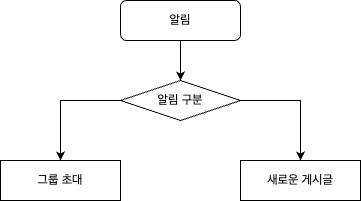
Above: flowchart/notification_FC.png in oka3ri/we-check-money (draw.io), before the change. Source tidied: cells renumbered, new cells last; positions are measured from the earlier drawing's top-left corner, leaving out a move shared by most shapes.
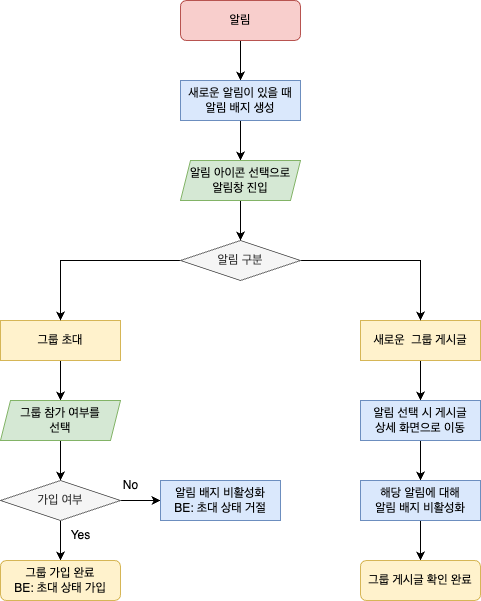
Above is the later version.

Commit message:
modify notification flow chart

The edit, as a diff of the source:
```diff
@@ -2,17 +2,23 @@
   <root>
     <mxCell id="0" />
     <mxCell id="1" parent="0" />
-    <mxCell id="2" style="edgeStyle=orthogonalEdgeStyle;rounded=0;jettySize=auto;html=1;exitX=0.5;exitY=1;exitDx=0;exitDy=0;entryX=0.5;entryY=0;entryDx=0;entryDy=0;" parent="1" edge="1" source="3" target="8">
-      <mxGeometry relative="1" as="geometry" />
-    </mxCell>
+    <mxCell id="9" style="edgeStyle=orthogonalEdgeStyle;rounded=0;jettySize=auto;html=1;" parent="1" edge="1" source="3" target="13">
+      <mxGeometry relative="1" as="geometry" />
+    </mxCell>
-    <mxCell id="3" value="알림" style="rounded=1;whiteSpace=wrap;html=1;fontSize=12;glass=0;strokeWidth=1;shadow=0;" parent="1" vertex="1">
-      <mxGeometry x="120" width="120" height="40" as="geometry" />
+    <mxCell id="3" value="알림" style="rounded=1;whiteSpace=wrap;html=1;fontSize=12;glass=0;strokeWidth=1;shadow=0;fillColor=#f8cecc;strokeColor=#b85450;" parent="1" vertex="1">
+      <mxGeometry x="180" width="120" height="40" as="geometry" />
     </mxCell>
+    <mxCell id="10" style="edgeStyle=orthogonalEdgeStyle;rounded=0;jettySize=auto;html=1;" parent="1" edge="1" source="4" target="17">
+      <mxGeometry relative="1" as="geometry" />
+    </mxCell>
-    <mxCell id="4" value="그룹 초대" style="rounded=0;whiteSpace=wrap;html=1;" parent="1" vertex="1">
-      <mxGeometry y="160" width="120" height="40" as="geometry" />
+    <mxCell id="4" value="그룹 초대" style="rounded=0;whiteSpace=wrap;html=1;fillColor=#fff2cc;strokeColor=#d6b656;" parent="1" vertex="1">
+      <mxGeometry y="320" width="120" height="40" as="geometry" />
     </mxCell>
+    <mxCell id="11" style="edgeStyle=orthogonalEdgeStyle;rounded=0;jettySize=auto;html=1;" parent="1" edge="1" source="5" target="26">
+      <mxGeometry relative="1" as="geometry" />
+    </mxCell>
-    <mxCell id="5" value="새로운 게시글" style="rounded=0;whiteSpace=wrap;html=1;" parent="1" vertex="1">
-      <mxGeometry x="240" y="160" width="120" height="40" as="geometry" />
+    <mxCell id="5" value="새로운&amp;nbsp; 그룹 게시글" style="rounded=0;whiteSpace=wrap;html=1;fillColor=#fff2cc;strokeColor=#d6b656;" parent="1" vertex="1">
+      <mxGeometry x="360" y="320" width="120" height="40" as="geometry" />
     </mxCell>
     <mxCell id="6" style="edgeStyle=orthogonalEdgeStyle;rounded=0;jettySize=auto;html=1;exitX=0;exitY=0.5;exitDx=0;exitDy=0;entryX=0.5;entryY=0;entryDx=0;entryDy=0;" parent="1" edge="1" source="8" target="4">
       <mxGeometry relative="1" as="geometry" />
@@ -20,8 +26,62 @@
     <mxCell id="7" style="edgeStyle=orthogonalEdgeStyle;rounded=0;jettySize=auto;html=1;exitX=1;exitY=0.5;exitDx=0;exitDy=0;entryX=0.5;entryY=0;entryDx=0;entryDy=0;" parent="1" edge="1" source="8" target="5">
       <mxGeometry relative="1" as="geometry" />
     </mxCell>
-    <mxCell id="8" value="알림 구분" style="rhombus;whiteSpace=wrap;html=1;" parent="1" vertex="1">
-      <mxGeometry x="120" y="80" width="120" height="40" as="geometry" />
+    <mxCell id="8" value="알림 구분" style="rhombus;whiteSpace=wrap;html=1;fillColor=#f5f5f5;fontColor=#333333;strokeColor=#666666;" parent="1" vertex="1">
+      <mxGeometry x="180" y="240" width="120" height="40" as="geometry" />
     </mxCell>
+    <mxCell id="12" style="edgeStyle=orthogonalEdgeStyle;rounded=0;jettySize=auto;html=1;" parent="1" edge="1" source="13" target="15">
+      <mxGeometry relative="1" as="geometry" />
+    </mxCell>
+    <mxCell id="13" value="새로운 알림이 있을 때&lt;br&gt;알림 배지 생성" style="rounded=0;whiteSpace=wrap;html=1;fillColor=#dae8fc;strokeColor=#6c8ebf;" parent="1" vertex="1">
+      <mxGeometry x="180" y="80" width="120" height="40" as="geometry" />
+    </mxCell>
+    <mxCell id="14" style="edgeStyle=orthogonalEdgeStyle;rounded=0;jettySize=auto;html=1;" parent="1" edge="1" source="15" target="8">
+      <mxGeometry relative="1" as="geometry" />
+    </mxCell>
+    <mxCell id="15" value="알림 아이콘 선택으로&lt;br&gt;알림창 진입" style="shape=parallelogram;perimeter=parallelogramPerimeter;whiteSpace=wrap;html=1;fixedSize=1;size=10;fillColor=#d5e8d4;strokeColor=#82b366;" parent="1" vertex="1">
+      <mxGeometry x="180" y="160" width="120" height="40" as="geometry" />
+    </mxCell>
+    <mxCell id="16" style="edgeStyle=orthogonalEdgeStyle;rounded=0;jettySize=auto;html=1;exitX=0.5;exitY=1;exitDx=0;exitDy=0;entryX=0.5;entryY=0;entryDx=0;entryDy=0;" parent="1" edge="1" source="17" target="20">
+      <mxGeometry relative="1" as="geometry" />
+    </mxCell>
+    <mxCell id="17" value="그룹 참가 여부를&lt;br&gt;선택" style="shape=parallelogram;perimeter=parallelogramPerimeter;whiteSpace=wrap;html=1;fixedSize=1;size=10;fillColor=#d5e8d4;strokeColor=#82b366;" parent="1" vertex="1">
+      <mxGeometry y="400" width="120" height="40" as="geometry" />
+    </mxCell>
+    <mxCell id="18" style="edgeStyle=orthogonalEdgeStyle;rounded=0;jettySize=auto;html=1;exitX=1;exitY=0.5;exitDx=0;exitDy=0;entryX=0;entryY=0.5;entryDx=0;entryDy=0;" parent="1" edge="1" source="20" target="22">
+      <mxGeometry relative="1" as="geometry" />
+    </mxCell>
+    <mxCell id="19" style="edgeStyle=orthogonalEdgeStyle;rounded=0;jettySize=auto;html=1;exitX=0.5;exitY=1;exitDx=0;exitDy=0;entryX=0.5;entryY=0;entryDx=0;entryDy=0;" parent="1" edge="1" source="20" target="21">
+      <mxGeometry relative="1" as="geometry" />
+    </mxCell>
+    <mxCell id="20" value="가입 여부" style="rhombus;whiteSpace=wrap;html=1;fillColor=#f5f5f5;fontColor=#333333;strokeColor=#666666;" parent="1" vertex="1">
+      <mxGeometry y="480" width="120" height="40" as="geometry" />
+    </mxCell>
+    <mxCell id="21" value="그룹 가입 완료&lt;br&gt;BE: 초대 상태 가입" style="rounded=1;whiteSpace=wrap;html=1;fontSize=12;glass=0;strokeWidth=1;shadow=0;fillColor=#fff2cc;strokeColor=#d6b656;" parent="1" vertex="1">
+      <mxGeometry y="560" width="120" height="40" as="geometry" />
+    </mxCell>
+    <mxCell id="22" value="알림 배지 비활성화&lt;br&gt;BE: 초대 상태 거절" style="rounded=0;whiteSpace=wrap;html=1;fillColor=#dae8fc;strokeColor=#6c8ebf;" parent="1" vertex="1">
+      <mxGeometry x="160" y="480" width="120" height="40" as="geometry" />
+    </mxCell>
+    <mxCell id="23" value="No" style="text;html=1;align=center;verticalAlign=middle;strokeColor=none;fillColor=none;" parent="1" vertex="1">
+      <mxGeometry x="110" y="470" width="40" height="30" as="geometry" />
+    </mxCell>
+    <mxCell id="24" value="Yes" style="text;html=1;align=center;verticalAlign=middle;strokeColor=none;fillColor=none;" parent="1" vertex="1">
+      <mxGeometry x="60" y="520" width="40" height="30" as="geometry" />
+    </mxCell>
+    <mxCell id="25" style="edgeStyle=orthogonalEdgeStyle;rounded=0;jettySize=auto;html=1;" parent="1" edge="1" source="26" target="28">
+      <mxGeometry relative="1" as="geometry" />
+    </mxCell>
+    <mxCell id="26" value="알림 선택 시 게시글&lt;br&gt;상세 화면으로 이동" style="rounded=0;whiteSpace=wrap;html=1;fillColor=#dae8fc;strokeColor=#6c8ebf;" parent="1" vertex="1">
+      <mxGeometry x="360" y="400" width="120" height="40" as="geometry" />
+    </mxCell>
+    <mxCell id="27" style="edgeStyle=orthogonalEdgeStyle;rounded=0;jettySize=auto;html=1;" parent="1" edge="1" source="28" target="29">
+      <mxGeometry relative="1" as="geometry" />
+    </mxCell>
+    <mxCell id="28" value="해당 알림에 대해&lt;br&gt;알림 배지 비활성화" style="rounded=0;whiteSpace=wrap;html=1;fillColor=#dae8fc;strokeColor=#6c8ebf;" parent="1" vertex="1">
+      <mxGeometry x="360" y="480" width="120" height="40" as="geometry" />
+    </mxCell>
+    <mxCell id="29" value="그룹 게시글 확인 완료" style="rounded=1;whiteSpace=wrap;html=1;fontSize=12;glass=0;strokeWidth=1;shadow=0;fillColor=#fff2cc;strokeColor=#d6b656;" parent="1" vertex="1">
+      <mxGeometry x="360" y="560" width="120" height="40" as="geometry" />
+    </mxCell>
   </root>
 </mxGraphModel>
```
